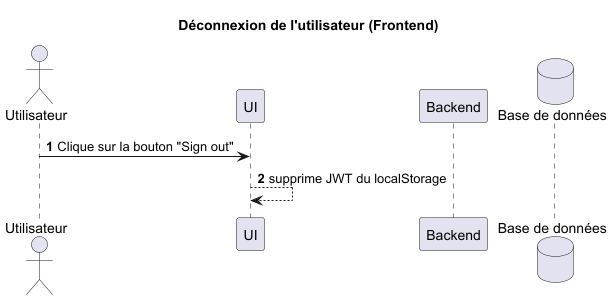
TPI2026-NewsGenerator/NewsGenerator-Frontend keeps this PlantUML diagram as docs/UML/logout-sequence-diagram-Déconnexion_de_l_utilisateur__Frontend_.png. Above is the earlier version.
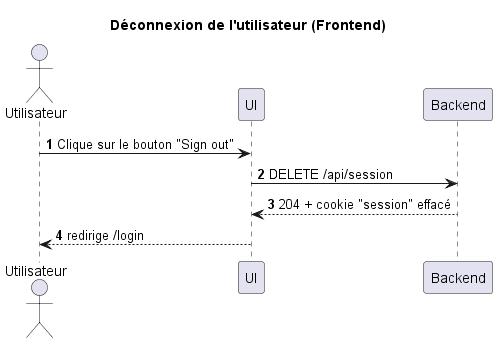
After the change.

What changed in the source:
```diff
@@ -5,10 +5,10 @@
 actor "Utilisateur" as User
 participant "UI" as UI
 participant "Backend" as BE
-database "Base de données" as DB
 
-User -> UI : Clique sur la bouton "Sign out"
-
-UI --> UI : supprime JWT du localStorage
+User -> UI : Clique sur le bouton "Sign out"
+UI -> BE : DELETE /api/session
+BE --> UI : 204 + cookie "session" effacé
+UI --> User : redirige /login
 
 @enduml
```
